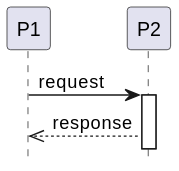
The PlantUML diagram out/plant_uml/responseMessageExample/responseMessageExample.svg in gigl-uml/Guide_uml_polymtl, before a commit. Its diagram source:
```plantuml
@startuml
hide footbox
skinparam backgroundcolor transparent

participant P1
participant P2


P1 -> P2: request
activate P2
P2 -->> P1: response
deactivate P1

@enduml
```
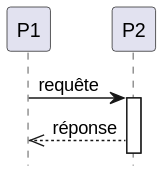
Above is the later version.

The edit, as a diff of the source:
```diff
@@ -6,9 +6,9 @@
 participant P2
 
 
-P1 -> P2: request
+P1 -> P2: requête
 activate P2
-P2 -->> P1: response
+P2 -->> P1: réponse
 deactivate P1
 
 @enduml
```
